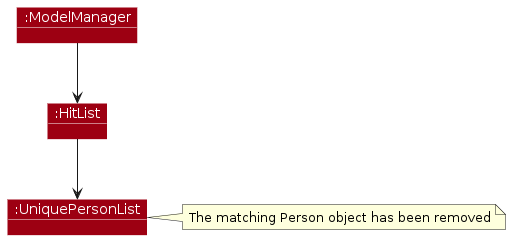
Earlier version of the PlantUML export diagrams/delete-person/PersonDeletePostExecution.png (AY2526S2-CS2103T-W11-2/tp). Its source is kept beside it as diagrams/delete-person/PersonDeletePostExecution.puml.
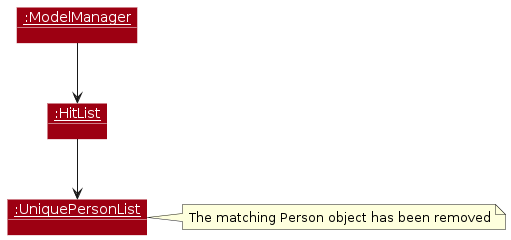
After the change.

Change to the diagram source:
```diff
@@ -10,9 +10,9 @@
 show objects
 show members
 
-object ":ModelManager" as ModelManager MODEL_COLOR
-object ":HitList" as HitList MODEL_COLOR
-object ":UniquePersonList" as UniquePersonList MODEL_COLOR
+object "<u>:ModelManager</u>" as ModelManager MODEL_COLOR
+object "<u>:HitList</u>" as HitList MODEL_COLOR
+object "<u>:UniquePersonList</u>" as UniquePersonList MODEL_COLOR
 
 ModelManager --> HitList
 HitList --> UniquePersonList
```
